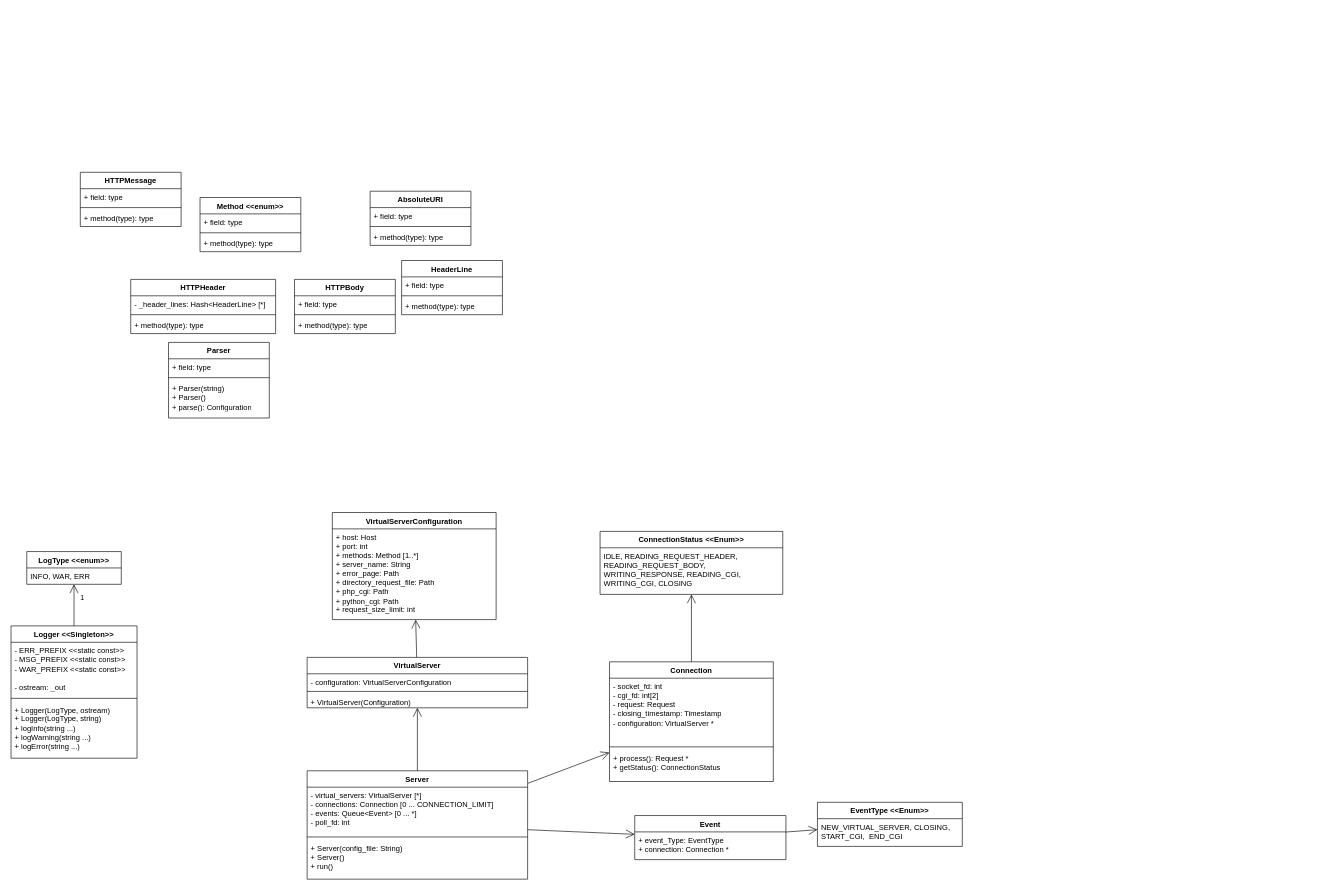
Earlier version of the draw.io diagram docs/codebase/class_diagram.drawio (Kevin-Seligmann/webserv). Source tidied: cells renumbered, new cells numbered last; positions are measured from the earlier drawing's top-left corner, leaving out a move shared by most shapes. Both pictures are drawn from the tidied source at 63%, with x=0, y=0 at pixel (11, 172).
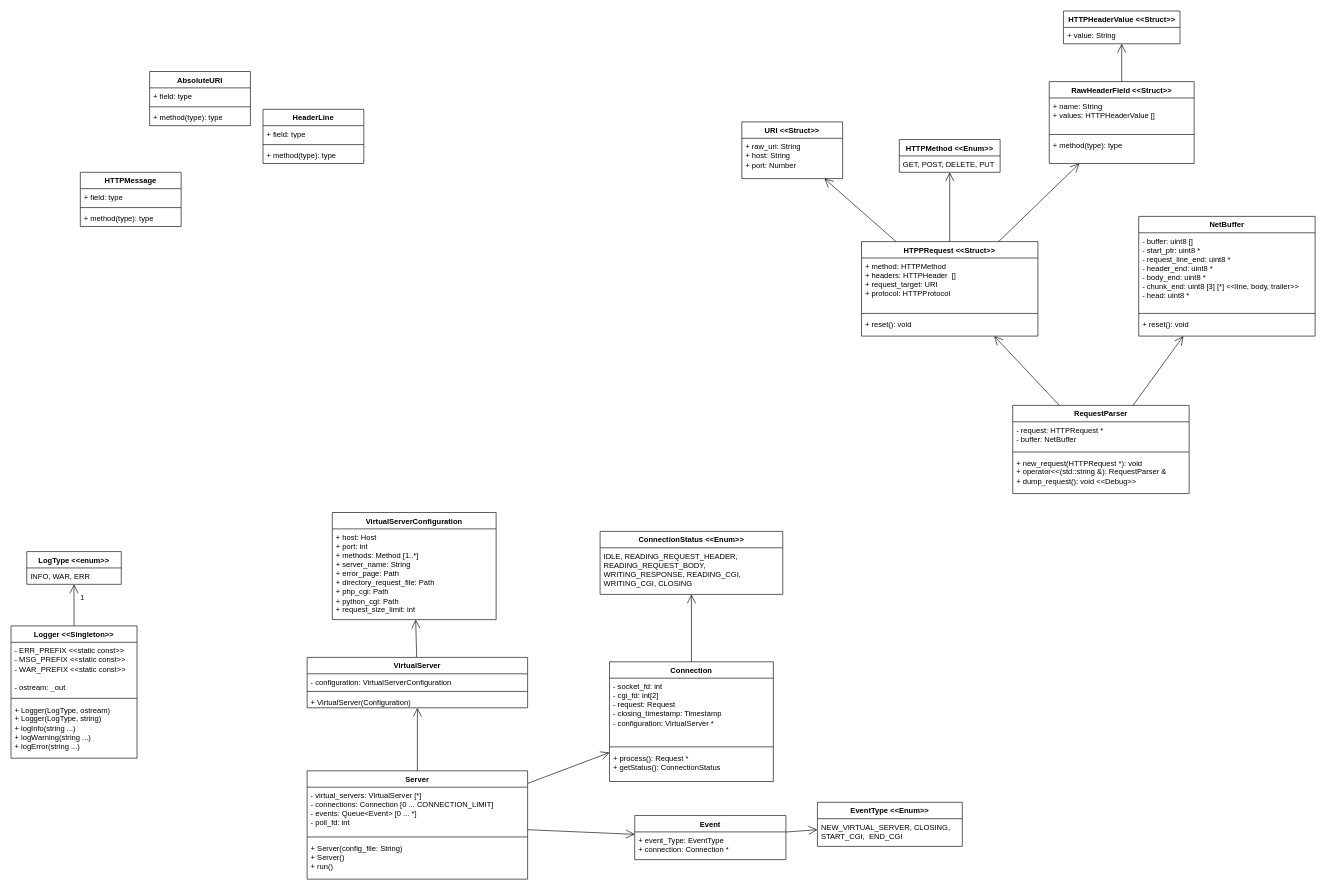
The same page after the edit.

Diff of the diagram source:
```diff
@@
-    <mxCell id="15" value="Parser" style="swimlane;fontStyle=1;align=center;verticalAlign=top;horizontal=1;startSize=26;whiteSpace=wrap;html=1;" parent="1" vertex="1">
-      <mxGeometry x="250" y="270" width="160" height="120" as="geometry" />
-    </mxCell>
-    <mxCell id="16" value="+ field: type" style="text;strokeColor=none;fillColor=none;align=left;verticalAlign=top;spacingLeft=4;spacingRight=4;overflow=hidden;whiteSpace=wrap;html=1;" parent="15" vertex="1">
-      <mxGeometry y="26" width="160" height="26" as="geometry" />
-    </mxCell>
-    <mxCell id="17" style="line;strokeWidth=1;fillColor=none;align=left;verticalAlign=middle;spacingTop=-1;spacingLeft=3;spacingRight=3;labelPosition=right;strokeColor=inherit;" parent="15" vertex="1">
-      <mxGeometry y="52" width="160" height="8" as="geometry" />
-    </mxCell>
-    <mxCell id="18" value="+ Parser(string)&lt;div&gt;+ Parser()&lt;/div&gt;&lt;div&gt;+ parse(): Configuration&lt;/div&gt;" style="text;strokeColor=none;fillColor=none;align=left;verticalAlign=top;spacingLeft=4;spacingRight=4;overflow=hidden;whiteSpace=wrap;html=1;" parent="15" vertex="1">
-      <mxGeometry y="60" width="160" height="60" as="geometry" />
-    </mxCell>
@@
-    <mxCell id="23" value="HTTPHeader" style="swimlane;fontStyle=1;align=center;verticalAlign=top;horizontal=1;startSize=26;whiteSpace=wrap;html=1;" parent="1" vertex="1">
-      <mxGeometry x="190" y="170" width="230" height="86" as="geometry" />
+    <mxCell id="23" value="RawHeaderField &amp;lt;&amp;lt;Struct&amp;gt;&amp;gt;" style="swimlane;fontStyle=1;align=center;verticalAlign=top;horizontal=1;startSize=26;whiteSpace=wrap;html=1;" parent="1" vertex="1">
+      <mxGeometry x="1648" y="-144" width="230" height="130" as="geometry" />
     </mxCell>
-    <mxCell id="24" value="- _header_lines: Hash&amp;lt;HeaderLine&amp;gt; [*]" style="text;strokeColor=none;fillColor=none;align=left;verticalAlign=top;spacingLeft=4;spacingRight=4;overflow=hidden;whiteSpace=wrap;html=1;" parent="23" vertex="1">
-      <mxGeometry y="26" width="230" height="26" as="geometry" />
+    <mxCell id="24" value="&lt;div&gt;+ name: String&lt;/div&gt;&lt;div&gt;+ values: HTTPHeaderValue []&lt;/div&gt;" style="text;strokeColor=none;fillColor=none;align=left;verticalAlign=top;spacingLeft=4;spacingRight=4;overflow=hidden;whiteSpace=wrap;html=1;" parent="23" vertex="1">
+      <mxGeometry y="26" width="230" height="54" as="geometry" />
     </mxCell>
     <mxCell id="25" style="line;strokeWidth=1;fillColor=none;align=left;verticalAlign=middle;spacingTop=-1;spacingLeft=3;spacingRight=3;labelPosition=right;strokeColor=inherit;" parent="23" vertex="1">
-      <mxGeometry y="52" width="230" height="8" as="geometry" />
+      <mxGeometry y="80" width="230" height="8" as="geometry" />
     </mxCell>
     <mxCell id="26" value="+ method(type): type" style="text;strokeColor=none;fillColor=none;align=left;verticalAlign=top;spacingLeft=4;spacingRight=4;overflow=hidden;whiteSpace=wrap;html=1;" parent="23" vertex="1">
-      <mxGeometry y="60" width="230" height="26" as="geometry" />
+      <mxGeometry y="88" width="230" height="42" as="geometry" />
     </mxCell>
     <mxCell id="27" value="HeaderLine" style="swimlane;fontStyle=1;align=center;verticalAlign=top;horizontal=1;startSize=26;whiteSpace=wrap;html=1;" parent="1" vertex="1">
-      <mxGeometry x="620" y="140" width="160" height="86" as="geometry" />
+      <mxGeometry x="400" y="-100" width="160" height="86" as="geometry" />
     </mxCell>
@@
-    <mxCell id="31" value="HTTPBody" style="swimlane;fontStyle=1;align=center;verticalAlign=top;horizontal=1;startSize=26;whiteSpace=wrap;html=1;" parent="1" vertex="1">
-      <mxGeometry x="450" y="170" width="160" height="86" as="geometry" />
-    </mxCell>
-    <mxCell id="32" value="+ field: type" style="text;strokeColor=none;fillColor=none;align=left;verticalAlign=top;spacingLeft=4;spacingRight=4;overflow=hidden;whiteSpace=wrap;html=1;" parent="31" vertex="1">
-      <mxGeometry y="26" width="160" height="26" as="geometry" />
-    </mxCell>
-    <mxCell id="33" style="line;strokeWidth=1;fillColor=none;align=left;verticalAlign=middle;spacingTop=-1;spacingLeft=3;spacingRight=3;labelPosition=right;strokeColor=inherit;" parent="31" vertex="1">
-      <mxGeometry y="52" width="160" height="8" as="geometry" />
-    </mxCell>
-    <mxCell id="34" value="+ method(type): type" style="text;strokeColor=none;fillColor=none;align=left;verticalAlign=top;spacingLeft=4;spacingRight=4;overflow=hidden;whiteSpace=wrap;html=1;" parent="31" vertex="1">
-      <mxGeometry y="60" width="160" height="26" as="geometry" />
-    </mxCell>
     <mxCell id="35" value="AbsoluteURI" style="swimlane;fontStyle=1;align=center;verticalAlign=top;horizontal=1;startSize=26;whiteSpace=wrap;html=1;" parent="1" vertex="1">
-      <mxGeometry x="570" y="30" width="160" height="86" as="geometry" />
+      <mxGeometry x="220" y="-160" width="160" height="86" as="geometry" />
     </mxCell>
@@
-    <mxCell id="39" value="Method &amp;lt;&amp;lt;enum&amp;gt;&amp;gt;" style="swimlane;fontStyle=1;align=center;verticalAlign=top;horizontal=1;startSize=26;whiteSpace=wrap;html=1;" parent="1" vertex="1">
-      <mxGeometry x="300" y="40" width="160" height="86" as="geometry" />
-    </mxCell>
-    <mxCell id="40" value="+ field: type" style="text;strokeColor=none;fillColor=none;align=left;verticalAlign=top;spacingLeft=4;spacingRight=4;overflow=hidden;whiteSpace=wrap;html=1;" parent="39" vertex="1">
-      <mxGeometry y="26" width="160" height="26" as="geometry" />
-    </mxCell>
-    <mxCell id="41" style="line;strokeWidth=1;fillColor=none;align=left;verticalAlign=middle;spacingTop=-1;spacingLeft=3;spacingRight=3;labelPosition=right;strokeColor=inherit;" parent="39" vertex="1">
-      <mxGeometry y="52" width="160" height="8" as="geometry" />
-    </mxCell>
-    <mxCell id="42" value="+ method(type): type" style="text;strokeColor=none;fillColor=none;align=left;verticalAlign=top;spacingLeft=4;spacingRight=4;overflow=hidden;whiteSpace=wrap;html=1;" parent="39" vertex="1">
-      <mxGeometry y="60" width="160" height="26" as="geometry" />
-    </mxCell>
@@
+    <mxCell id="64" value="HTPPRequest &amp;lt;&amp;lt;Struct&amp;gt;&amp;gt;" style="swimlane;fontStyle=1;align=center;verticalAlign=top;horizontal=1;startSize=26;whiteSpace=wrap;html=1;" parent="1" vertex="1">
+      <mxGeometry x="1350" y="110" width="280" height="150" as="geometry" />
+    </mxCell>
+    <mxCell id="65" value="&lt;div&gt;+ method: HTTPMethod&lt;/div&gt;&lt;div&gt;+ headers: HTTPHeader&amp;nbsp; []&lt;/div&gt;&lt;div&gt;+ request_target: URI&lt;/div&gt;&lt;div&gt;+ protocol: HTTPProtocol&lt;/div&gt;" style="text;strokeColor=none;fillColor=none;align=left;verticalAlign=top;spacingLeft=4;spacingRight=4;overflow=hidden;whiteSpace=wrap;html=1;" parent="64" vertex="1">
+      <mxGeometry y="26" width="280" height="84" as="geometry" />
+    </mxCell>
+    <mxCell id="66" style="line;strokeWidth=1;fillColor=none;align=left;verticalAlign=middle;spacingTop=-1;spacingLeft=3;spacingRight=3;labelPosition=right;strokeColor=inherit;" parent="64" vertex="1">
+      <mxGeometry y="110" width="280" height="8" as="geometry" />
+    </mxCell>
+    <mxCell id="67" value="+ reset(): void" style="text;strokeColor=none;fillColor=none;align=left;verticalAlign=top;spacingLeft=4;spacingRight=4;overflow=hidden;whiteSpace=wrap;html=1;" parent="64" vertex="1">
+      <mxGeometry y="118" width="280" height="32" as="geometry" />
+    </mxCell>
+    <mxCell id="68" style="endArrow=open;endFill=1;endSize=12;html=1;rounded=0;" parent="1" edge="1" source="64" target="23">
+      <mxGeometry relative="1" as="geometry" />
+    </mxCell>
+    <mxCell id="69" value="HTTPHeaderValue &amp;lt;&amp;lt;Struct&amp;gt;&amp;gt;" style="swimlane;fontStyle=1;align=center;verticalAlign=top;horizontal=1;startSize=26;whiteSpace=wrap;html=1;" parent="1" vertex="1">
+      <mxGeometry x="1670.5" y="-256" width="185" height="52" as="geometry" />
+    </mxCell>
+    <mxCell id="70" value="+ value: String" style="text;strokeColor=none;fillColor=none;align=left;verticalAlign=top;spacingLeft=4;spacingRight=4;overflow=hidden;whiteSpace=wrap;html=1;" parent="69" vertex="1">
+      <mxGeometry y="26" width="185" height="26" as="geometry" />
+    </mxCell>
+    <mxCell id="71" style="endArrow=open;endFill=1;endSize=12;html=1;rounded=0;" parent="1" edge="1" source="23" target="69">
+      <mxGeometry relative="1" as="geometry" />
+    </mxCell>
+    <mxCell id="72" value="HTTPMethod &amp;lt;&amp;lt;Enum&amp;gt;&amp;gt;" style="swimlane;fontStyle=1;align=center;verticalAlign=top;horizontal=1;startSize=26;whiteSpace=wrap;html=1;" parent="1" vertex="1">
+      <mxGeometry x="1410" y="-52" width="160" height="52" as="geometry" />
+    </mxCell>
+    <mxCell id="73" value="GET, POST, DELETE, PUT" style="text;strokeColor=none;fillColor=none;align=left;verticalAlign=top;spacingLeft=4;spacingRight=4;overflow=hidden;whiteSpace=wrap;html=1;" parent="72" vertex="1">
+      <mxGeometry y="26" width="160" height="26" as="geometry" />
+    </mxCell>
+    <mxCell id="74" style="endArrow=open;endFill=1;endSize=12;html=1;rounded=0;" parent="1" edge="1" source="64" target="72">
+      <mxGeometry relative="1" as="geometry" />
+    </mxCell>
+    <mxCell id="75" value="URI &amp;lt;&amp;lt;Struct&amp;gt;&amp;gt;" style="swimlane;fontStyle=1;align=center;verticalAlign=top;horizontal=1;startSize=26;whiteSpace=wrap;html=1;" parent="1" vertex="1">
+      <mxGeometry x="1160" y="-80" width="160" height="90" as="geometry" />
+    </mxCell>
+    <mxCell id="76" value="&lt;div&gt;+ raw_uri: String&lt;/div&gt;&lt;div&gt;+ host: String&lt;/div&gt;&lt;div&gt;+ port: Number&lt;/div&gt;" style="text;strokeColor=none;fillColor=none;align=left;verticalAlign=top;spacingLeft=4;spacingRight=4;overflow=hidden;whiteSpace=wrap;html=1;" parent="75" vertex="1">
+      <mxGeometry y="26" width="160" height="64" as="geometry" />
+    </mxCell>
+    <mxCell id="77" style="endArrow=open;endFill=1;endSize=12;html=1;rounded=0;" parent="1" edge="1" source="64" target="75">
+      <mxGeometry relative="1" as="geometry" />
+    </mxCell>
+    <mxCell id="78" value="RequestParser" style="swimlane;fontStyle=1;align=center;verticalAlign=top;horizontal=1;startSize=26;whiteSpace=wrap;html=1;" parent="1" vertex="1">
+      <mxGeometry x="1590" y="370" width="280" height="140" as="geometry" />
+    </mxCell>
+    <mxCell id="79" value="&lt;div&gt;- request: HTTPRequest *&lt;/div&gt;&lt;div&gt;- buffer: NetBuffer&lt;/div&gt;&lt;div&gt;&lt;br&gt;&lt;/div&gt;" style="text;strokeColor=none;fillColor=none;align=left;verticalAlign=top;spacingLeft=4;spacingRight=4;overflow=hidden;whiteSpace=wrap;html=1;" parent="78" vertex="1">
+      <mxGeometry y="26" width="280" height="44" as="geometry" />
+    </mxCell>
+    <mxCell id="80" style="line;strokeWidth=1;fillColor=none;align=left;verticalAlign=middle;spacingTop=-1;spacingLeft=3;spacingRight=3;labelPosition=right;strokeColor=inherit;" parent="78" vertex="1">
+      <mxGeometry y="70" width="280" height="8" as="geometry" />
+    </mxCell>
+    <mxCell id="81" value="&lt;div&gt;+ new_request(HTTPRequest *): void &lt;br&gt;&lt;/div&gt;&lt;div&gt;+ operator&amp;lt;&amp;lt;(std::string &amp;amp;): RequestParser &amp;amp;&lt;/div&gt;&lt;div&gt;+ dump_request(): void &amp;lt;&amp;lt;Debug&amp;gt;&amp;gt;&lt;/div&gt;" style="text;strokeColor=none;fillColor=none;align=left;verticalAlign=top;spacingLeft=4;spacingRight=4;overflow=hidden;whiteSpace=wrap;html=1;" parent="78" vertex="1">
+      <mxGeometry y="78" width="280" height="62" as="geometry" />
+    </mxCell>
+    <mxCell id="82" style="endArrow=open;endFill=1;endSize=12;html=1;rounded=0;" parent="1" edge="1" source="78" target="64">
+      <mxGeometry relative="1" as="geometry" />
+    </mxCell>
+    <mxCell id="83" value="NetBuffer" style="swimlane;fontStyle=1;align=center;verticalAlign=top;horizontal=1;startSize=26;whiteSpace=wrap;html=1;" parent="1" vertex="1">
+      <mxGeometry x="1790" y="70" width="280" height="190" as="geometry" />
+    </mxCell>
+    <mxCell id="84" value="&lt;div&gt;- buffer: uint8 []&lt;/div&gt;&lt;div&gt;- start_ptr: uint8 *&lt;/div&gt;&lt;div&gt;- request_line_end: uint8 *&lt;/div&gt;&lt;div&gt;- header_end: uint8 *&lt;/div&gt;&lt;div&gt;- body_end: uint8 *&lt;/div&gt;&lt;div&gt;- chunk_end: uint8 [3] [*] &amp;lt;&amp;lt;line, body, trailer&amp;gt;&amp;gt;&lt;/div&gt;&lt;div&gt;- head: uint8 *&lt;/div&gt;" style="text;strokeColor=none;fillColor=none;align=left;verticalAlign=top;spacingLeft=4;spacingRight=4;overflow=hidden;whiteSpace=wrap;html=1;" parent="83" vertex="1">
+      <mxGeometry y="26" width="280" height="124" as="geometry" />
+    </mxCell>
+    <mxCell id="85" style="line;strokeWidth=1;fillColor=none;align=left;verticalAlign=middle;spacingTop=-1;spacingLeft=3;spacingRight=3;labelPosition=right;strokeColor=inherit;" parent="83" vertex="1">
+      <mxGeometry y="150" width="280" height="8" as="geometry" />
+    </mxCell>
+    <mxCell id="86" value="+ reset(): void" style="text;strokeColor=none;fillColor=none;align=left;verticalAlign=top;spacingLeft=4;spacingRight=4;overflow=hidden;whiteSpace=wrap;html=1;" parent="83" vertex="1">
+      <mxGeometry y="158" width="280" height="32" as="geometry" />
+    </mxCell>
+    <mxCell id="87" style="endArrow=open;endFill=1;endSize=12;html=1;rounded=0;" parent="1" edge="1" source="78" target="83">
+      <mxGeometry relative="1" as="geometry" />
+    </mxCell>
```
